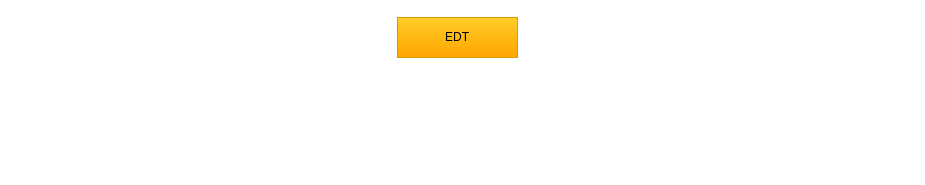
NahuelLV/Base-de-Datos keeps this draw.io diagram as EDT.drawio. Above is the earlier version. Source tidied: cells renumbered, new cells numbered last; positions are measured from the earlier drawing's top-left corner, leaving out a move shared by most shapes. Both pictures are drawn from the tidied source at 100%, with x=0, y=0 at pixel (397, 17).
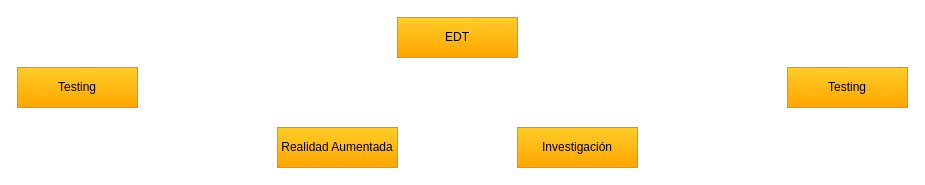
The same page after the edit.

What changed in the source:
```diff
@@
 <mxGraphModel>
   <root>
     <mxCell id="0" />
     <mxCell id="1" parent="0" />
     <mxCell id="2" value="EDT" style="rounded=0;whiteSpace=wrap;html=1;fillColor=#ffcd28;gradientColor=#ffa500;strokeColor=#d79b00;" parent="1" vertex="1">
       <mxGeometry width="120" height="40" as="geometry" />
     </mxCell>
+    <mxCell id="3" value="Testing" style="rounded=0;whiteSpace=wrap;html=1;fillColor=#ffcd28;gradientColor=#ffa500;strokeColor=#d79b00;" parent="1" vertex="1">
+      <mxGeometry x="-380" y="50" width="120" height="40" as="geometry" />
+    </mxCell>
+    <mxCell id="4" value="Realidad Aumentada" style="rounded=0;whiteSpace=wrap;html=1;fillColor=#ffcd28;gradientColor=#ffa500;strokeColor=#d79b00;" parent="1" vertex="1">
+      <mxGeometry x="-120" y="110" width="120" height="40" as="geometry" />
+    </mxCell>
+    <mxCell id="5" value="Investigación" style="rounded=0;whiteSpace=wrap;html=1;fillColor=#ffcd28;gradientColor=#ffa500;strokeColor=#d79b00;" parent="1" vertex="1">
+      <mxGeometry x="120" y="110" width="120" height="40" as="geometry" />
+    </mxCell>
+    <mxCell id="6" value="Testing" style="rounded=0;whiteSpace=wrap;html=1;fillColor=#ffcd28;gradientColor=#ffa500;strokeColor=#d79b00;" parent="1" vertex="1">
+      <mxGeometry x="390" y="50" width="120" height="40" as="geometry" />
+    </mxCell>
   </root>
 </mxGraphModel>
```
